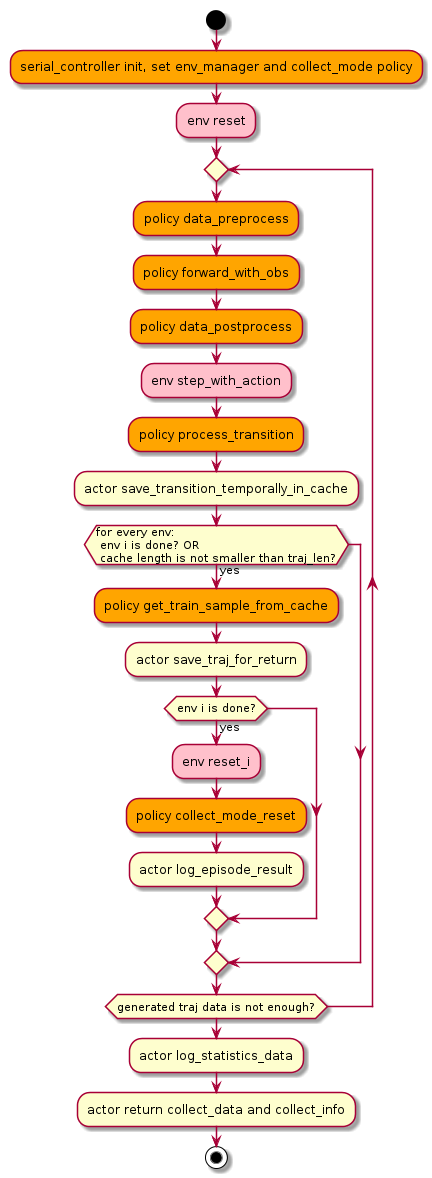
This is nervex/design/serial_actor.png from opendilab/DI-engine, a PlantUML export, as it was before one commit.
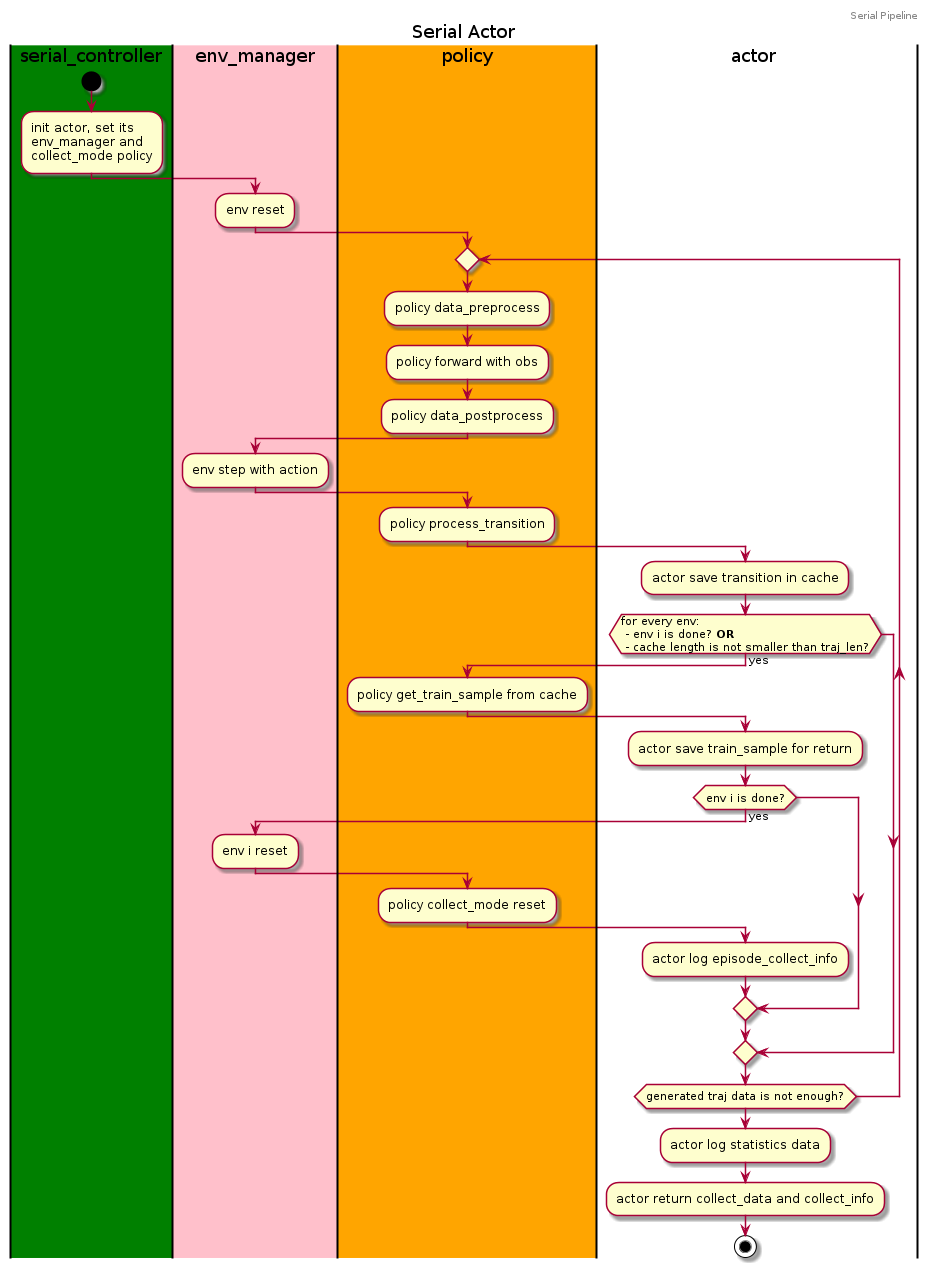
After the change.

Commit message:
modify serial uml

Diff of the diagram source:
```diff
@@ -1,25 +1,45 @@
 @startuml
+header Serial Pipeline
+title Serial Actor
+
+|#green|serial_controller|
+|#pink|env_manager|
+|#orange|policy|
+|actor|
+
+|#green|serial_controller|
 start
-#orange:serial_controller init, set env_manager and collect_mode policy;
-#pink:env reset;
+:init actor, set its \nenv_manager and \ncollect_mode policy;
+|#pink|env_manager|
+:env reset;
 repeat
-  #orange:policy data_preprocess;
-  #orange:policy forward_with_obs;
-  #orange:policy data_postprocess;
-  #pink:env step_with_action;
-  #orange:policy process_transition;
-  :actor save_transition_temporally_in_cache;
-  if (for every env: \n env i is done? OR \n cache length is not smaller than traj_len?) then (yes)
-    #orange:policy get_train_sample_from_cache;
-    :actor save_traj_for_return;
+  |#orange|policy|
+  :policy data_preprocess;
+  :policy forward with obs;
+  :policy data_postprocess;
+  |#pink|env_manager|
+  :env step with action;
+  |#orange|policy|
+  :policy process_transition;
+  |actor|
+  :actor save transition in cache;
+  if (for every env: \n - env i is done? <b>OR</b> \n - cache length is not smaller than traj_len?) then (yes)
+    |#orange|policy|
+    :policy get_train_sample from cache;
+    |actor|
+    :actor save train_sample for return;
     if (env i is done?) then (yes)
-      #pink:env reset_i;
-      #orange:policy collect_mode_reset;
-      :actor log_episode_result;
+      |#pink|env_manager|
+      :env i reset;
+      |#orange|policy|
+      :policy collect_mode reset;
+      |actor|
+      :actor log episode_collect_info;
     endif
   endif
 repeat while (generated traj data is not enough?)
-:actor log_statistics_data;
+|actor|
+:actor log statistics data;
 :actor return collect_data and collect_info;
 stop
 @enduml
```
